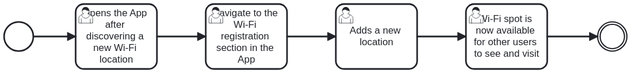
This is Documentation/UserJourneys/userJourney3.svg from RafaelFaisca32/LABDSOF, a BPMN export, as it was before one commit. Its source is kept beside it as Documentation/UserJourneys/userJourney3.bpmn. Ids are renumbered.
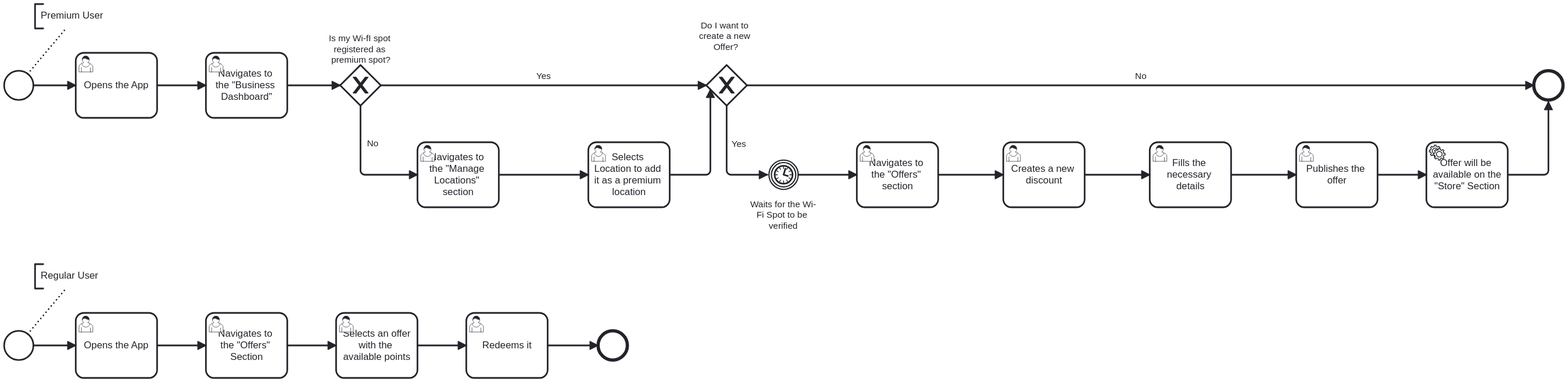
After the commit.

What changed in the source:
```diff
@@ -4,29 +4,111 @@
       <bpmn:outgoing>Flow_n4</bpmn:outgoing>
     </bpmn:startEvent>
     <bpmn:sequenceFlow id="Flow_n4" sourceRef="Event_n3" targetRef="Activity_n5" />
-    <bpmn:sequenceFlow id="Flow_n6" sourceRef="Activity_n5" targetRef="Activity_n7" />
-    <bpmn:sequenceFlow id="Flow_n8" sourceRef="Activity_n7" targetRef="Activity_n9" />
-    <bpmn:sequenceFlow id="Flow_n10" sourceRef="Activity_n9" targetRef="Activity_n11" />
-    <bpmn:userTask id="Activity_n5" name="Opens the App after discovering a new Wi-Fi location">
+    <bpmn:userTask id="Activity_n5" name="Opens the App">
       <bpmn:incoming>Flow_n4</bpmn:incoming>
-      <bpmn:outgoing>Flow_n6</bpmn:outgoing>
+      <bpmn:outgoing>Flow_n14</bpmn:outgoing>
     </bpmn:userTask>
-    <bpmn:userTask id="Activity_n7" name="Navigate to the Wi-Fi registration section in the App">
-      <bpmn:incoming>Flow_n6</bpmn:incoming>
-      <bpmn:outgoing>Flow_n8</bpmn:outgoing>
+    <bpmn:sequenceFlow id="Flow_n14" sourceRef="Activity_n5" targetRef="Activity_n15" />
+    <bpmn:userTask id="Activity_n15" name="Navigates to the &#34;Business Dashboard&#34;">
+      <bpmn:incoming>Flow_n14</bpmn:incoming>
+      <bpmn:outgoing>Flow_n16</bpmn:outgoing>
     </bpmn:userTask>
-    <bpmn:userTask id="Activity_n9" name="Adds a new location">
-      <bpmn:incoming>Flow_n8</bpmn:incoming>
-      <bpmn:outgoing>Flow_n10</bpmn:outgoing>
+    <bpmn:exclusiveGateway id="Gateway_n17" name="Is my Wi-fI spot registered as premium spot?">
+      <bpmn:incoming>Flow_n16</bpmn:incoming>
+      <bpmn:outgoing>Flow_n18</bpmn:outgoing>
+      <bpmn:outgoing>Flow_n19</bpmn:outgoing>
+    </bpmn:exclusiveGateway>
+    <bpmn:sequenceFlow id="Flow_n16" sourceRef="Activity_n15" targetRef="Gateway_n17" />
+    <bpmn:sequenceFlow id="Flow_n18" name="No" sourceRef="Gateway_n17" targetRef="Activity_n20" />
+    <bpmn:userTask id="Activity_n20" name="Navigates to the &#34;Manage Locations&#34; section">
+      <bpmn:incoming>Flow_n18</bpmn:incoming>
+      <bpmn:outgoing>Flow_n21</bpmn:outgoing>
     </bpmn:userTask>
-    <bpmn:userTask id="Activity_n11" name="Wi-Fi spot is now available for other users to see and visit">
-      <bpmn:incoming>Flow_n10</bpmn:incoming>
-      <bpmn:outgoing>Flow_n12</bpmn:outgoing>
+    <bpmn:userTask id="Activity_n22" name="Selects Location to add it as a premium location">
+      <bpmn:incoming>Flow_n21</bpmn:incoming>
+      <bpmn:outgoing>Flow_n23</bpmn:outgoing>
     </bpmn:userTask>
-    <bpmn:intermediateThrowEvent id="Event_n13">
-      <bpmn:incoming>Flow_n12</bpmn:incoming>
-    </bpmn:intermediateThrowEvent>
-    <bpmn:sequenceFlow id="Flow_n12" sourceRef="Activity_n11" targetRef="Event_n13" />
+    <bpmn:exclusiveGateway id="Gateway_n24" name="Do I want to create a new Offer?">
+      <bpmn:incoming>Flow_n19</bpmn:incoming>
+      <bpmn:incoming>Flow_n23</bpmn:incoming>
+      <bpmn:outgoing>Flow_n25</bpmn:outgoing>
+      <bpmn:outgoing>Flow_n26</bpmn:outgoing>
+    </bpmn:exclusiveGateway>
+    <bpmn:sequenceFlow id="Flow_n19" name="Yes" sourceRef="Gateway_n17" targetRef="Gateway_n24" />
+    <bpmn:sequenceFlow id="Flow_n21" sourceRef="Activity_n20" targetRef="Activity_n22" />
+    <bpmn:sequenceFlow id="Flow_n23" sourceRef="Activity_n22" targetRef="Gateway_n24" />
+    <bpmn:intermediateCatchEvent id="Event_n27" name="Waits for the Wi-Fi Spot to be verified">
+      <bpmn:incoming>Flow_n25</bpmn:incoming>
+      <bpmn:outgoing>Flow_n28</bpmn:outgoing>
+      <bpmn:timerEventDefinition id="TimerEventDefinition_n29" />
+    </bpmn:intermediateCatchEvent>
+    <bpmn:sequenceFlow id="Flow_n25" name="Yes" sourceRef="Gateway_n24" targetRef="Event_n27" />
+    <bpmn:userTask id="Activity_n30" name="Navigates to the &#34;Offers&#34; section">
+      <bpmn:incoming>Flow_n28</bpmn:incoming>
+      <bpmn:outgoing>Flow_n31</bpmn:outgoing>
+    </bpmn:userTask>
+    <bpmn:sequenceFlow id="Flow_n28" sourceRef="Event_n27" targetRef="Activity_n30" />
+    <bpmn:userTask id="Activity_n32" name="Creates a new discount">
+      <bpmn:incoming>Flow_n31</bpmn:incoming>
+      <bpmn:outgoing>Flow_n33</bpmn:outgoing>
+    </bpmn:userTask>
+    <bpmn:sequenceFlow id="Flow_n31" sourceRef="Activity_n30" targetRef="Activity_n32" />
+    <bpmn:userTask id="Activity_n34" name="Fills the necessary details">
+      <bpmn:incoming>Flow_n33</bpmn:incoming>
+      <bpmn:outgoing>Flow_n35</bpmn:outgoing>
+    </bpmn:userTask>
+    <bpmn:sequenceFlow id="Flow_n33" sourceRef="Activity_n32" targetRef="Activity_n34" />
+    <bpmn:userTask id="Activity_n36" name="Publishes the offer">
+      <bpmn:incoming>Flow_n35</bpmn:incoming>
+      <bpmn:outgoing>Flow_n37</bpmn:outgoing>
+    </bpmn:userTask>
+    <bpmn:sequenceFlow id="Flow_n35" sourceRef="Activity_n34" targetRef="Activity_n36" />
+    <bpmn:sequenceFlow id="Flow_n37" sourceRef="Activity_n36" targetRef="Activity_n38" />
+    <bpmn:serviceTask id="Activity_n38" name="Offer will be available on the &#34;Store&#34; Section">
+      <bpmn:incoming>Flow_n37</bpmn:incoming>
+      <bpmn:outgoing>Flow_n39</bpmn:outgoing>
+    </bpmn:serviceTask>
+    <bpmn:startEvent id="Event_n40">
+      <bpmn:outgoing>Flow_n41</bpmn:outgoing>
+    </bpmn:startEvent>
+    <bpmn:userTask id="Activity_n42" name="Opens the App">
+      <bpmn:incoming>Flow_n41</bpmn:incoming>
+      <bpmn:outgoing>Flow_n43</bpmn:outgoing>
+    </bpmn:userTask>
+    <bpmn:sequenceFlow id="Flow_n41" sourceRef="Event_n40" targetRef="Activity_n42" />
+    <bpmn:userTask id="Activity_n44" name="Navigates to the &#34;Offers&#34; Section">
+      <bpmn:incoming>Flow_n43</bpmn:incoming>
+      <bpmn:outgoing>Flow_n45</bpmn:outgoing>
+    </bpmn:userTask>
+    <bpmn:sequenceFlow id="Flow_n43" sourceRef="Activity_n42" targetRef="Activity_n44" />
+    <bpmn:userTask id="Activity_n46" name="Selects an offer with the available points">
+      <bpmn:incoming>Flow_n45</bpmn:incoming>
+      <bpmn:outgoing>Flow_n47</bpmn:outgoing>
+    </bpmn:userTask>
+    <bpmn:sequenceFlow id="Flow_n45" sourceRef="Activity_n44" targetRef="Activity_n46" />
+    <bpmn:userTask id="Activity_n48" name="Redeems it">
+      <bpmn:incoming>Flow_n47</bpmn:incoming>
+      <bpmn:outgoing>Flow_n49</bpmn:outgoing>
+    </bpmn:userTask>
+    <bpmn:sequenceFlow id="Flow_n47" sourceRef="Activity_n46" targetRef="Activity_n48" />
+    <bpmn:endEvent id="Event_n50">
+      <bpmn:incoming>Flow_n49</bpmn:incoming>
+    </bpmn:endEvent>
+    <bpmn:sequenceFlow id="Flow_n49" sourceRef="Activity_n48" targetRef="Event_n50" />
+    <bpmn:endEvent id="Event_n51">
+      <bpmn:incoming>Flow_n39</bpmn:incoming>
+      <bpmn:incoming>Flow_n26</bpmn:incoming>
+    </bpmn:endEvent>
+    <bpmn:sequenceFlow id="Flow_n39" sourceRef="Activity_n38" targetRef="Event_n51" />
+    <bpmn:sequenceFlow id="Flow_n26" name="No" sourceRef="Gateway_n24" targetRef="Event_n51" />
+    <bpmn:textAnnotation id="TextAnnotation_n52">
+      <bpmn:text>Premium User</bpmn:text>
+    </bpmn:textAnnotation>
+    <bpmn:association id="Association_n53" associationDirection="None" sourceRef="Event_n3" targetRef="TextAnnotation_n52" />
+    <bpmn:textAnnotation id="TextAnnotation_n54">
+      <bpmn:text>Regular User</bpmn:text>
+    </bpmn:textAnnotation>
+    <bpmn:association id="Association_n55" associationDirection="None" sourceRef="Event_n40" targetRef="TextAnnotation_n54" />
   </bpmn:process>
   <bpmndi:BPMNDiagram id="BPMNDiagram_1">
     <bpmndi:BPMNPlane id="BPMNPlane_1" bpmnElement="Process_n2">
@@ -35,38 +117,193 @@
       </bpmndi:BPMNShape>
       <bpmndi:BPMNShape id="Activity_0u49rm8_di" bpmnElement="Activity_n5">
         <dc:Bounds x="240" y="120" width="100" height="80" />
+        <bpmndi:BPMNLabel />
       </bpmndi:BPMNShape>
-      <bpmndi:BPMNShape id="Activity_01ao8hb_di" bpmnElement="Activity_n7">
+      <bpmndi:BPMNShape id="Activity_0ac6ca5_di" bpmnElement="Activity_n15">
         <dc:Bounds x="400" y="120" width="100" height="80" />
+        <bpmndi:BPMNLabel />
       </bpmndi:BPMNShape>
-      <bpmndi:BPMNShape id="Activity_02cxa4c_di" bpmnElement="Activity_n9">
-        <dc:Bounds x="560" y="120" width="100" height="80" />
+      <bpmndi:BPMNShape id="Gateway_n17_di" bpmnElement="Gateway_n17" isMarkerVisible="true">
+        <dc:Bounds x="565" y="135" width="50" height="50" />
+        <bpmndi:BPMNLabel>
+          <dc:Bounds x="551" y="96" width="79" height="40" />
+        </bpmndi:BPMNLabel>
       </bpmndi:BPMNShape>
-      <bpmndi:BPMNShape id="Activity_173qcfv_di" bpmnElement="Activity_n11">
-        <dc:Bounds x="720" y="120" width="100" height="80" />
+      <bpmndi:BPMNShape id="Activity_1f7ykj4_di" bpmnElement="Activity_n20">
+        <dc:Bounds x="660" y="230" width="100" height="80" />
       </bpmndi:BPMNShape>
-      <bpmndi:BPMNShape id="Event_n13_di" bpmnElement="Event_n13">
-        <dc:Bounds x="882" y="142" width="36" height="36" />
+      <bpmndi:BPMNShape id="Gateway_n24_di" bpmnElement="Gateway_n24" isMarkerVisible="true">
+        <dc:Bounds x="1015" y="135" width="50" height="50" />
+        <bpmndi:BPMNLabel>
+          <dc:Bounds x="1006" y="80" width="67" height="40" />
+        </bpmndi:BPMNLabel>
       </bpmndi:BPMNShape>
+      <bpmndi:BPMNShape id="Activity_n22_di" bpmnElement="Activity_n22">
+        <dc:Bounds x="870" y="230" width="100" height="80" />
+        <bpmndi:BPMNLabel />
+      </bpmndi:BPMNShape>
+      <bpmndi:BPMNShape id="Event_1d9e2i8_di" bpmnElement="Event_n27">
+        <dc:Bounds x="1092" y="252" width="36" height="36" />
+        <bpmndi:BPMNLabel>
+          <dc:Bounds x="1069" y="300" width="81" height="40" />
+        </bpmndi:BPMNLabel>
+      </bpmndi:BPMNShape>
+      <bpmndi:BPMNShape id="Activity_n30_di" bpmnElement="Activity_n30">
+        <dc:Bounds x="1200" y="230" width="100" height="80" />
+        <bpmndi:BPMNLabel />
+      </bpmndi:BPMNShape>
+      <bpmndi:BPMNShape id="Activity_n32_di" bpmnElement="Activity_n32">
+        <dc:Bounds x="1380" y="230" width="100" height="80" />
+        <bpmndi:BPMNLabel />
+      </bpmndi:BPMNShape>
+      <bpmndi:BPMNShape id="Activity_n34_di" bpmnElement="Activity_n34">
+        <dc:Bounds x="1560" y="230" width="100" height="80" />
+        <bpmndi:BPMNLabel />
+      </bpmndi:BPMNShape>
+      <bpmndi:BPMNShape id="Activity_n36_di" bpmnElement="Activity_n36">
+        <dc:Bounds x="1740" y="230" width="100" height="80" />
+        <bpmndi:BPMNLabel />
+      </bpmndi:BPMNShape>
+      <bpmndi:BPMNShape id="Activity_n38_di" bpmnElement="Activity_n38">
+        <dc:Bounds x="1900" y="230" width="100" height="80" />
+        <bpmndi:BPMNLabel />
+      </bpmndi:BPMNShape>
+      <bpmndi:BPMNShape id="Event_n40_di" bpmnElement="Event_n40">
+        <dc:Bounds x="152" y="462" width="36" height="36" />
+      </bpmndi:BPMNShape>
+      <bpmndi:BPMNShape id="Activity_n42_di" bpmnElement="Activity_n42">
+        <dc:Bounds x="240" y="440" width="100" height="80" />
+        <bpmndi:BPMNLabel />
+      </bpmndi:BPMNShape>
+      <bpmndi:BPMNShape id="Activity_n44_di" bpmnElement="Activity_n44">
+        <dc:Bounds x="400" y="440" width="100" height="80" />
+        <bpmndi:BPMNLabel />
+      </bpmndi:BPMNShape>
+      <bpmndi:BPMNShape id="Activity_n46_di" bpmnElement="Activity_n46">
+        <dc:Bounds x="560" y="440" width="100" height="80" />
+        <bpmndi:BPMNLabel />
+      </bpmndi:BPMNShape>
+      <bpmndi:BPMNShape id="Activity_n48_di" bpmnElement="Activity_n48">
+        <dc:Bounds x="720" y="440" width="100" height="80" />
+        <bpmndi:BPMNLabel />
+      </bpmndi:BPMNShape>
+      <bpmndi:BPMNShape id="Event_n50_di" bpmnElement="Event_n50">
+        <dc:Bounds x="882" y="462" width="36" height="36" />
+      </bpmndi:BPMNShape>
+      <bpmndi:BPMNShape id="Event_n51_di" bpmnElement="Event_n51">
+        <dc:Bounds x="2032" y="142" width="36" height="36" />
+      </bpmndi:BPMNShape>
+      <bpmndi:BPMNEdge id="Association_n53_di" bpmnElement="Association_n53">
+        <di:waypoint x="181" y="146" />
+        <di:waypoint x="228" y="90" />
+      </bpmndi:BPMNEdge>
+      <bpmndi:BPMNEdge id="Association_n55_di" bpmnElement="Association_n55">
+        <di:waypoint x="181" y="466" />
+        <di:waypoint x="228" y="410" />
+      </bpmndi:BPMNEdge>
       <bpmndi:BPMNEdge id="Flow_n4_di" bpmnElement="Flow_n4">
         <di:waypoint x="188" y="160" />
         <di:waypoint x="240" y="160" />
       </bpmndi:BPMNEdge>
-      <bpmndi:BPMNEdge id="Flow_n6_di" bpmnElement="Flow_n6">
+      <bpmndi:BPMNEdge id="Flow_n14_di" bpmnElement="Flow_n14">
         <di:waypoint x="340" y="160" />
         <di:waypoint x="400" y="160" />
       </bpmndi:BPMNEdge>
-      <bpmndi:BPMNEdge id="Flow_n8_di" bpmnElement="Flow_n8">
+      <bpmndi:BPMNEdge id="Flow_n16_di" bpmnElement="Flow_n16">
         <di:waypoint x="500" y="160" />
-        <di:waypoint x="560" y="160" />
+        <di:waypoint x="565" y="160" />
       </bpmndi:BPMNEdge>
-      <bpmndi:BPMNEdge id="Flow_n10_di" bpmnElement="Flow_n10">
-        <di:waypoint x="660" y="160" />
-        <di:waypoint x="720" y="160" />
+      <bpmndi:BPMNEdge id="Flow_n18_di" bpmnElement="Flow_n18">
+        <di:waypoint x="590" y="185" />
+        <di:waypoint x="590" y="270" />
+        <di:waypoint x="660" y="270" />
+        <bpmndi:BPMNLabel>
+          <dc:Bounds x="598" y="225" width="15" height="14" />
+        </bpmndi:BPMNLabel>
       </bpmndi:BPMNEdge>
-      <bpmndi:BPMNEdge id="Flow_n12_di" bpmnElement="Flow_n12">
-        <di:waypoint x="820" y="160" />
-        <di:waypoint x="882" y="160" />
+      <bpmndi:BPMNEdge id="Flow_n19_di" bpmnElement="Flow_n19">
+        <di:waypoint x="615" y="160" />
+        <di:waypoint x="1015" y="160" />
+        <bpmndi:BPMNLabel>
+          <dc:Bounds x="806" y="142" width="18" height="14" />
+        </bpmndi:BPMNLabel>
+      </bpmndi:BPMNEdge>
+      <bpmndi:BPMNEdge id="Flow_n26_di" bpmnElement="Flow_n26">
+        <di:waypoint x="1065" y="160" />
+        <di:waypoint x="2032" y="160" />
+        <bpmndi:BPMNLabel>
+          <dc:Bounds x="1542" y="142" width="15" height="14" />
+        </bpmndi:BPMNLabel>
+      </bpmndi:BPMNEdge>
+      <bpmndi:BPMNEdge id="Flow_n21_di" bpmnElement="Flow_n21">
+        <di:waypoint x="760" y="270" />
+        <di:waypoint x="870" y="270" />
+      </bpmndi:BPMNEdge>
+      <bpmndi:BPMNEdge id="Flow_n23_di" bpmnElement="Flow_n23">
+        <di:waypoint x="970" y="270" />
+        <di:waypoint x="1020" y="270" />
+        <di:waypoint x="1020" y="165" />
+      </bpmndi:BPMNEdge>
+      <bpmndi:BPMNEdge id="Flow_n25_di" bpmnElement="Flow_n25">
+        <di:waypoint x="1040" y="185" />
+        <di:waypoint x="1040" y="270" />
+        <di:waypoint x="1090" y="270" />
+        <bpmndi:BPMNLabel>
+          <dc:Bounds x="1046" y="226" width="18" height="14" />
+        </bpmndi:BPMNLabel>
+      </bpmndi:BPMNEdge>
+      <bpmndi:BPMNEdge id="Flow_n28_di" bpmnElement="Flow_n28">
+        <di:waypoint x="1128" y="270" />
+        <di:waypoint x="1200" y="270" />
+      </bpmndi:BPMNEdge>
+      <bpmndi:BPMNEdge id="Flow_n31_di" bpmnElement="Flow_n31">
+        <di:waypoint x="1300" y="270" />
+        <di:waypoint x="1380" y="270" />
+      </bpmndi:BPMNEdge>
+      <bpmndi:BPMNEdge id="Flow_n33_di" bpmnElement="Flow_n33">
+        <di:waypoint x="1480" y="270" />
+        <di:waypoint x="1560" y="270" />
+      </bpmndi:BPMNEdge>
+      <bpmndi:BPMNEdge id="Flow_n35_di" bpmnElement="Flow_n35">
+        <di:waypoint x="1660" y="270" />
+        <di:waypoint x="1740" y="270" />
+      </bpmndi:BPMNEdge>
+      <bpmndi:BPMNEdge id="Flow_n37_di" bpmnElement="Flow_n37">
+        <di:waypoint x="1840" y="270" />
+        <di:waypoint x="1900" y="270" />
+      </bpmndi:BPMNEdge>
+      <bpmndi:BPMNEdge id="Flow_n39_di" bpmnElement="Flow_n39">
+        <di:waypoint x="2000" y="270" />
+        <di:waypoint x="2050" y="270" />
+        <di:waypoint x="2050" y="180" />
+      </bpmndi:BPMNEdge>
+      <bpmndi:BPMNShape id="TextAnnotation_n52_di" bpmnElement="TextAnnotation_n52">
+        <dc:Bounds x="190" y="60" width="100" height="30" />
+        <bpmndi:BPMNLabel />
+      </bpmndi:BPMNShape>
+      <bpmndi:BPMNShape id="TextAnnotation_n54_di" bpmnElement="TextAnnotation_n54">
+        <dc:Bounds x="190" y="380" width="100" height="30" />
+        <bpmndi:BPMNLabel />
+      </bpmndi:BPMNShape>
+      <bpmndi:BPMNEdge id="Flow_n41_di" bpmnElement="Flow_n41">
+        <di:waypoint x="188" y="480" />
+        <di:waypoint x="240" y="480" />
+      </bpmndi:BPMNEdge>
+      <bpmndi:BPMNEdge id="Flow_n43_di" bpmnElement="Flow_n43">
+        <di:waypoint x="340" y="480" />
+        <di:waypoint x="400" y="480" />
+      </bpmndi:BPMNEdge>
+      <bpmndi:BPMNEdge id="Flow_n45_di" bpmnElement="Flow_n45">
+        <di:waypoint x="500" y="480" />
+        <di:waypoint x="560" y="480" />
+      </bpmndi:BPMNEdge>
+      <bpmndi:BPMNEdge id="Flow_n47_di" bpmnElement="Flow_n47">
+        <di:waypoint x="660" y="480" />
+        <di:waypoint x="720" y="480" />
+      </bpmndi:BPMNEdge>
+      <bpmndi:BPMNEdge id="Flow_n49_di" bpmnElement="Flow_n49">
+        <di:waypoint x="820" y="480" />
+        <di:waypoint x="882" y="480" />
       </bpmndi:BPMNEdge>
     </bpmndi:BPMNPlane>
   </bpmndi:BPMNDiagram>
```
